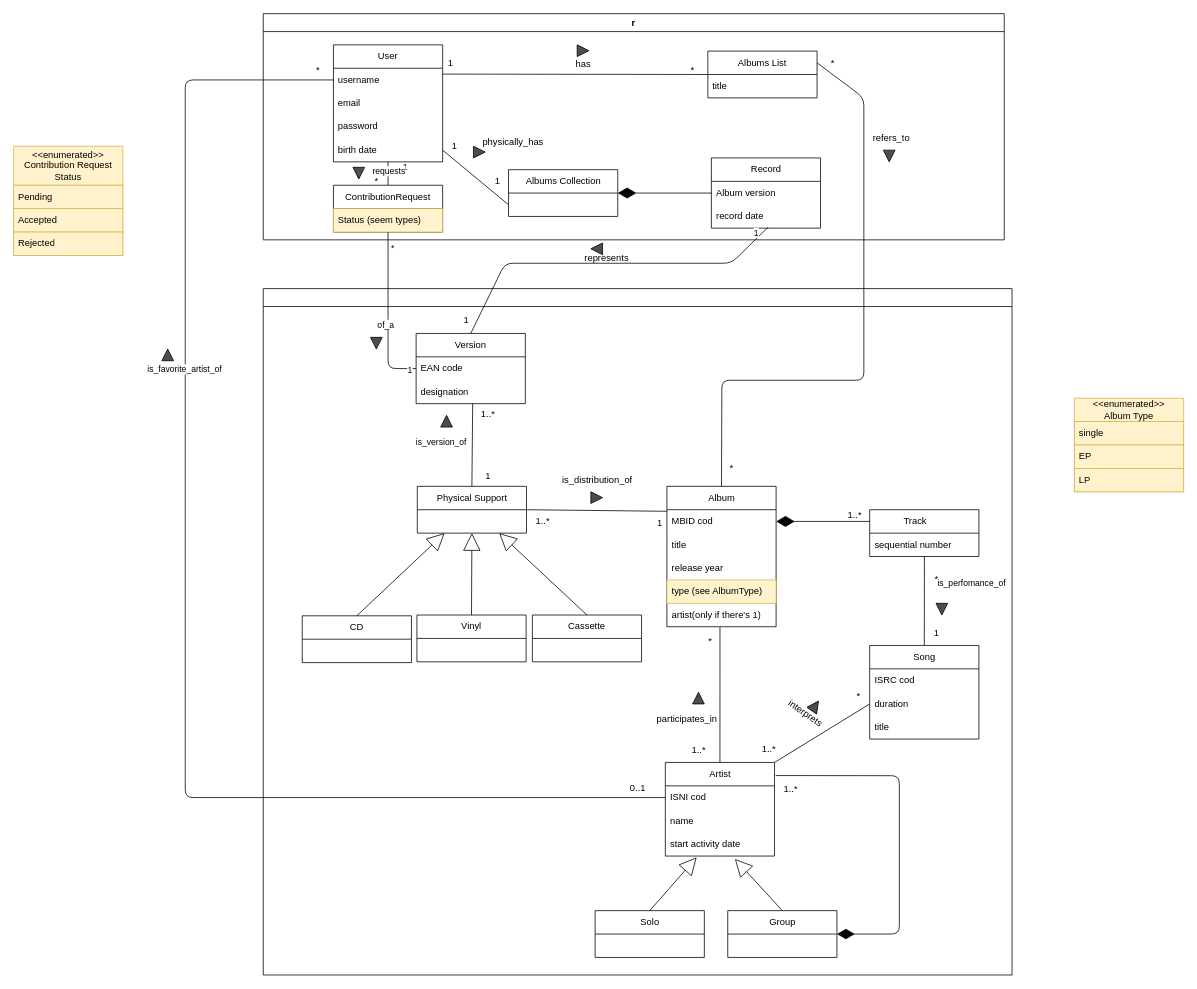
Lana-Melo/MyDiscoteca keeps this draw.io diagram as domain-model.drawio. Above is the earlier version. Source tidied: cells renumbered, new cells numbered last; positions are measured from the earlier drawing's top-left corner, leaving out a move shared by most shapes. Both pictures are drawn from the tidied source at 78%, with x=0, y=0 at pixel (13, 13).
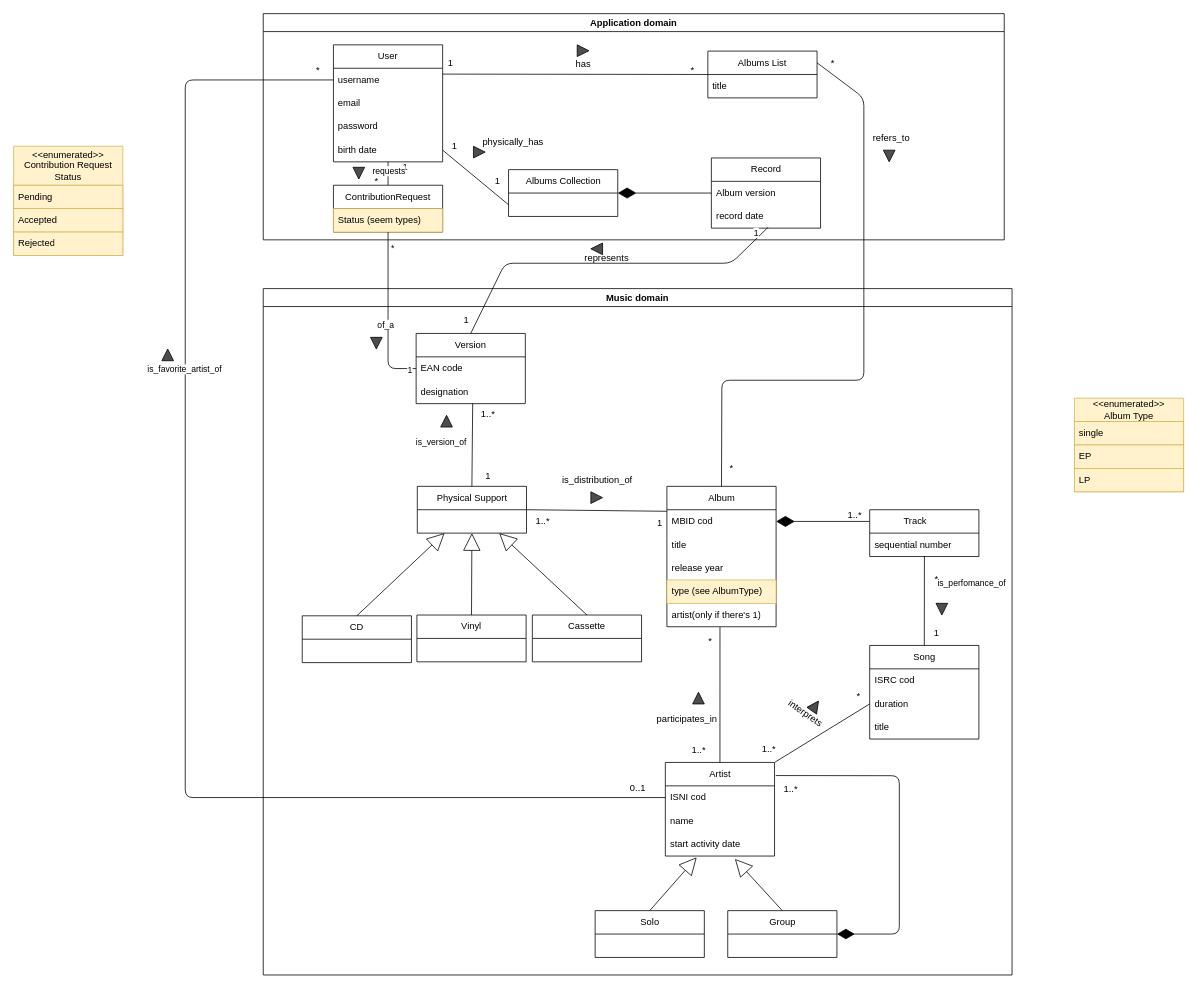
The same page after the edit.

Commit message (it also covers changes not shown here):
Domain model and readme update

What changed in the source:
```diff
@@
-<mxGraphModel>
+<mxGraphModel background="#ffffff">
@@
-    <mxCell id="56" style="swimlane;" parent="1" vertex="1">
+    <mxCell id="56" value="Music domain" style="swimlane;" parent="1" vertex="1">
       <mxGeometry x="320" y="352.5" width="960" height="880" as="geometry" />
     </mxCell>
@@
-    <mxCell id="64" value="r" style="swimlane;" parent="1" vertex="1">
+    <mxCell id="64" value="Application domain" style="swimlane;" parent="1" vertex="1">
       <mxGeometry x="320" width="950" height="290" as="geometry" />
     </mxCell>
```
